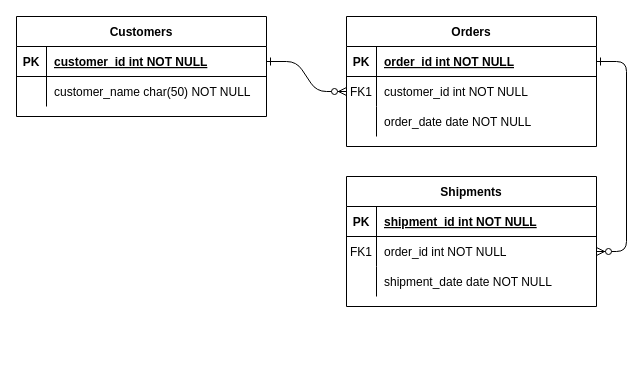
This is Untitled Diagram.drawio from mbrockmandev/draw_io, a draw.io file, before an edit. Source tidied: cells renumbered, new cells numbered last; positions are measured from the earlier drawing's top-left corner, leaving out a move shared by most shapes. Both pictures are drawn from the tidied source at 100%, with x=0, y=0 at pixel (16, 16).
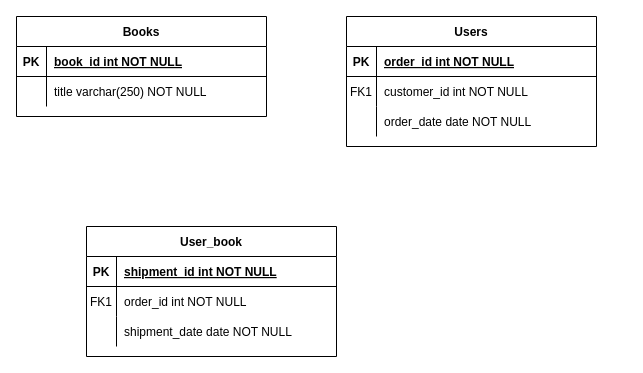
The same page after the edit.

Commit message:
tometracker uml diagram

The change refers to these unchanged cells:
```xml
<mxCell id="5" style="shape=partialRectangle;fillColor=none;points=[[0,0.5],[1,0.5]];portConstraint=eastwest;top=0;left=0;right=0;bottom=1;" parent="4" vertex="1">
  <mxGeometry y="30" width="250" height="30" as="geometry" />
</mxCell>
<mxCell id="8" style="shape=partialRectangle;fillColor=none;points=[[0,0.5],[1,0.5]];portConstraint=eastwest;top=0;left=0;right=0;bottom=0;" parent="4" vertex="1">
  <mxGeometry y="60" width="250" height="30" as="geometry" />
</mxCell>
<mxCell id="18" style="shape=partialRectangle;fillColor=none;points=[[0,0.5],[1,0.5]];portConstraint=eastwest;top=0;left=0;right=0;bottom=0;" parent="14" vertex="1">
  <mxGeometry y="60" width="250" height="30" as="geometry" />
</mxCell>
<mxCell id="25" style="shape=partialRectangle;fillColor=none;points=[[0,0.5],[1,0.5]];portConstraint=eastwest;top=0;left=0;right=0;bottom=1;" parent="24" vertex="1">
  <mxGeometry y="30" width="250" height="30" as="geometry" />
</mxCell>
<mxCell id="28" style="shape=partialRectangle;fillColor=none;top=0;left=0;right=0;bottom=0;" parent="24" vertex="1">
  <mxGeometry y="60" width="250" height="30" as="geometry" />
</mxCell>
```

Diff of the diagram source:
```diff
@@
-    <mxCell id="2" style="edgeStyle=entityRelationEdgeStyle;endArrow=ERzeroToMany;startArrow=ERone;endFill=1;startFill=0;" parent="1" edge="1" source="25" target="8">
-      <mxGeometry relative="1" as="geometry" />
-    </mxCell>
-    <mxCell id="3" style="edgeStyle=entityRelationEdgeStyle;endArrow=ERzeroToMany;startArrow=ERone;endFill=1;startFill=0;" parent="1" edge="1" source="5" target="18">
-      <mxGeometry relative="1" as="geometry" />
-    </mxCell>
-    <mxCell id="4" value="Orders" style="shape=table;startSize=30;childLayout=tableLayout;rowLines=0;fontStyle=1;align=center;" parent="1" vertex="1">
+    <mxCell id="4" value="Users" style="shape=table;startSize=30;childLayout=tableLayout;rowLines=0;fontStyle=1;align=center;" parent="1" vertex="1">
       <mxGeometry x="330" width="250" height="130" as="geometry" />
     </mxCell>
@@
-    <mxCell id="14" value="Shipments" style="shape=table;startSize=30;childLayout=tableLayout;rowLines=0;fontStyle=1;align=center;" parent="1" vertex="1">
-      <mxGeometry x="330" y="160" width="250" height="130" as="geometry" />
+    <mxCell id="14" value="User_book" style="shape=table;startSize=30;childLayout=tableLayout;rowLines=0;fontStyle=1;align=center;" parent="1" vertex="1">
+      <mxGeometry x="70" y="210" width="250" height="130" as="geometry" />
     </mxCell>
@@
-    <mxCell id="24" value="Customers" style="shape=table;startSize=30;childLayout=tableLayout;rowLines=0;fontStyle=1;align=center;" parent="1" vertex="1">
+    <mxCell id="24" value="Books" style="shape=table;startSize=30;childLayout=tableLayout;rowLines=0;fontStyle=1;align=center;" parent="1" vertex="1">
       <mxGeometry width="250" height="100" as="geometry" />
     </mxCell>
@@
-    <mxCell id="27" value="customer_id int NOT NULL " style="shape=partialRectangle;overflow=hidden;fillColor=none;top=0;left=0;bottom=0;right=0;align=left;spacingLeft=6;fontStyle=5;" parent="25" vertex="1">
+    <mxCell id="27" value="book_id int NOT NULL " style="shape=partialRectangle;overflow=hidden;fillColor=none;top=0;left=0;bottom=0;right=0;align=left;spacingLeft=6;fontStyle=5;" parent="25" vertex="1">
       <mxGeometry x="30" width="220" height="30" as="geometry" />
     </mxCell>
@@
-    <mxCell id="30" value="customer_name char(50) NOT NULL" style="shape=partialRectangle;overflow=hidden;fillColor=none;top=0;left=0;bottom=0;right=0;align=left;spacingLeft=6;" parent="28" vertex="1">
+    <mxCell id="30" value="title varchar(250) NOT NULL" style="shape=partialRectangle;overflow=hidden;fillColor=none;top=0;left=0;bottom=0;right=0;align=left;spacingLeft=6;" parent="28" vertex="1">
       <mxGeometry x="30" width="220" height="30" as="geometry" />
     </mxCell>
```
